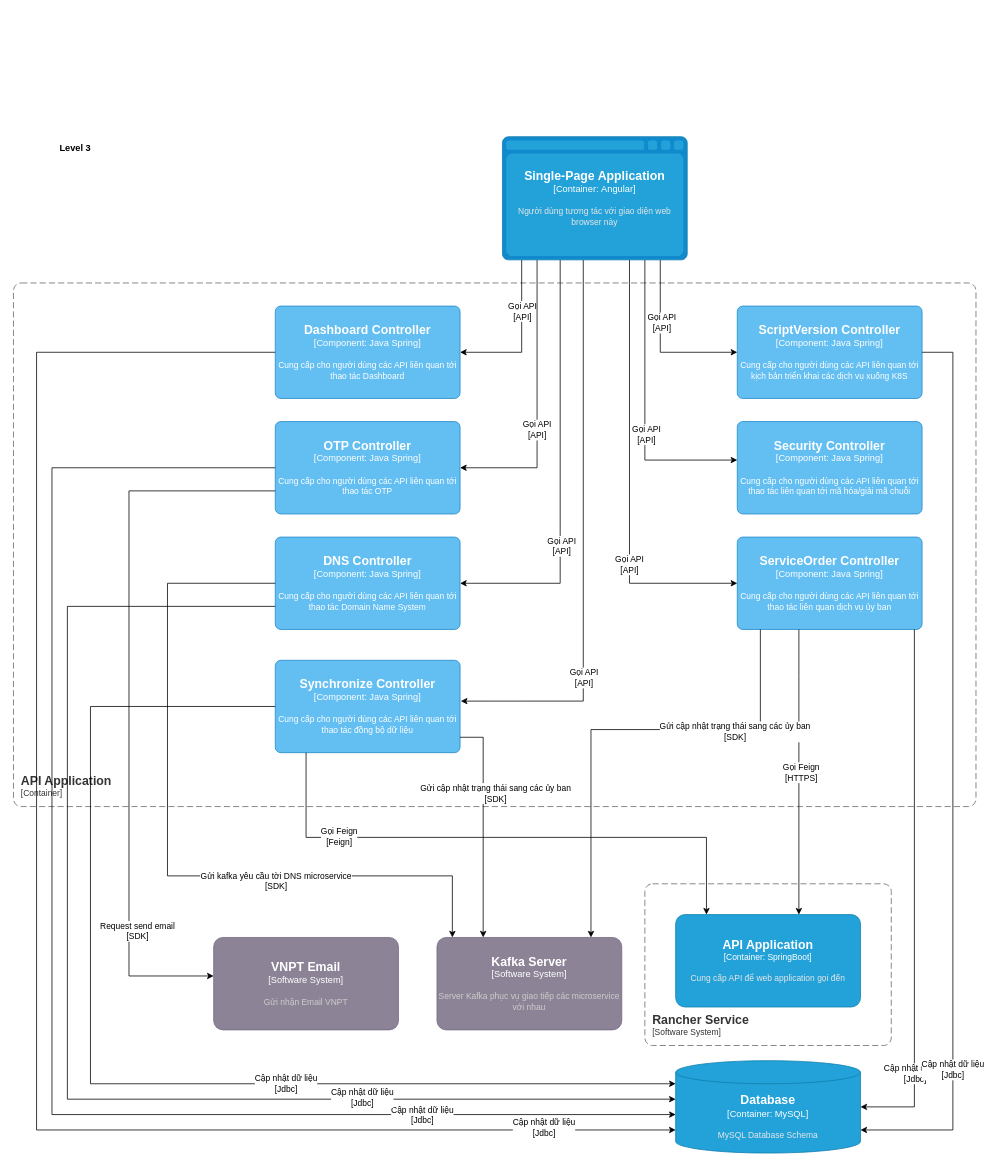
Above: IDG-Portal Lv3 ObjectStorage API Application.drawio in dangngocsoncntt/draw.io (draw.io), before the change. Source tidied: cells renumbered, new cells numbered last; positions are measured from the earlier drawing's top-left corner, leaving out a move shared by most shapes. Both pictures are drawn from the tidied source at 77%, with x=0, y=0 at pixel (13, 136).
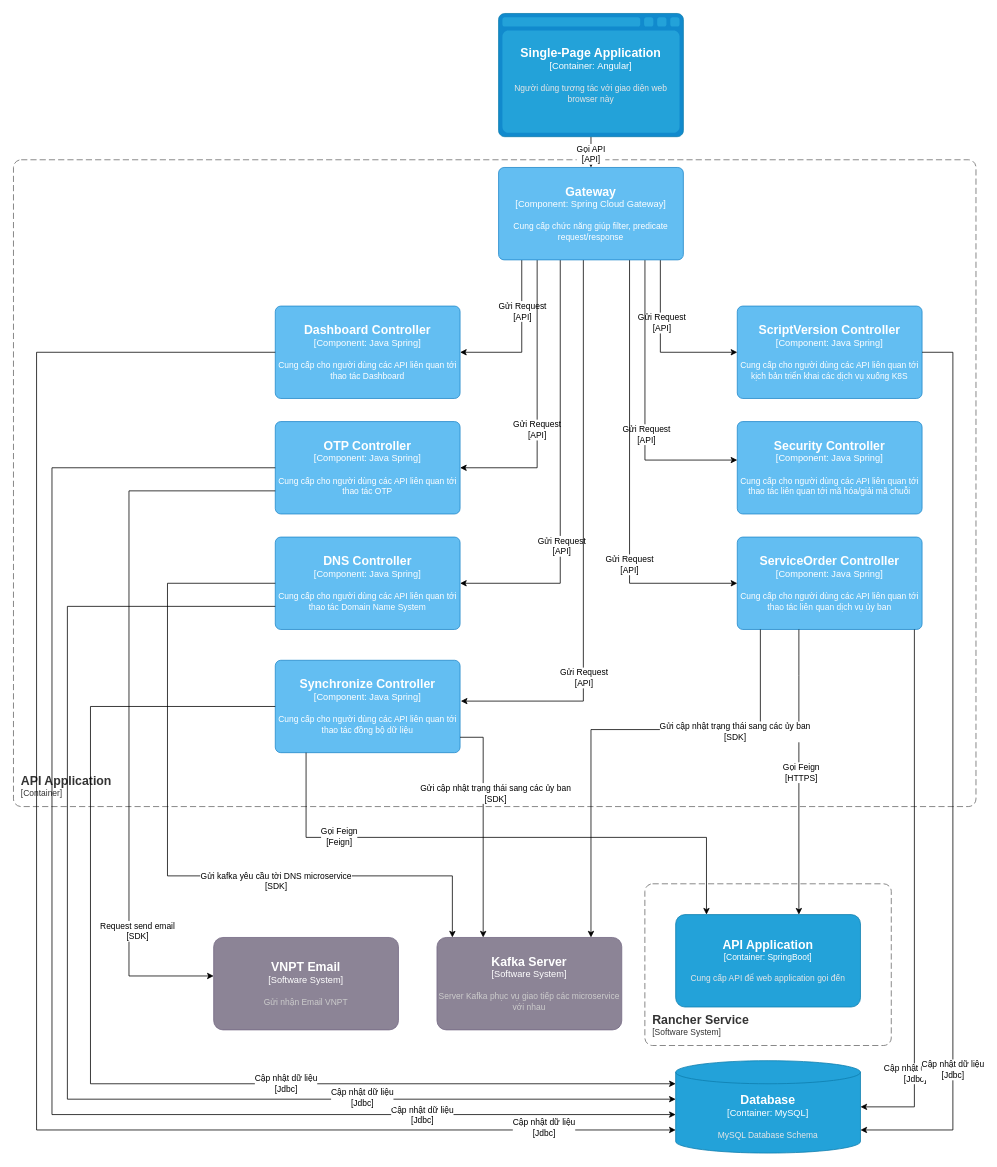
Above is the later version.

The change refers to these unchanged cells:
```xml
<object id="4" label="&lt;font style=&quot;font-size: 16px&quot;&gt;&lt;b&gt;%c4Name%&lt;/b&gt;&lt;/font&gt;&lt;div&gt;[%c4Type%: %c4Technology%]&lt;/div&gt;&lt;br&gt;&lt;div&gt;&lt;font style=&quot;font-size: 11px&quot;&gt;%c4Description%&lt;/font&gt;&lt;/div&gt;" c4Description="Cung cấp cho người dùng các API liên quan tới thao tác Dashboard" c4Name="Dashboard Controller" c4Technology="Java Spring" c4Type="Component" placeholders="1">
  <mxCell style="rounded=1;whiteSpace=wrap;html=1;labelBackgroundColor=none;fillColor=#63BEF2;fontColor=#ffffff;align=center;arcSize=6;strokeColor=#2086C9;points=[[0.25,0,0],[0.5,0,0],[0.75,0,0],[1,0.25,0],[1,0.5,0],[1,0.75,0],[0.75,1,0],[0.5,1,0],[0.25,1,0],[0,0.75,0],[0,0.5,0],[0,0.25,0]];" parent="1" vertex="1">
    <mxGeometry x="340" y="220" width="240" height="120" as="geometry" />
  </mxCell>
</object>
<object id="5" label="&lt;font style=&quot;font-size: 16px&quot;&gt;&lt;b&gt;%c4Name%&lt;/b&gt;&lt;/font&gt;&lt;div&gt;[%c4Type%: %c4Technology%]&lt;/div&gt;&lt;br&gt;&lt;div&gt;&lt;font style=&quot;font-size: 11px&quot;&gt;%c4Description%&lt;/font&gt;&lt;/div&gt;" c4Description="Cung cấp cho người dùng các API liên quan tới thao tác OTP" c4Name="OTP Controller" c4Technology="Java Spring" c4Type="Component" placeholders="1">
  <mxCell style="rounded=1;whiteSpace=wrap;html=1;labelBackgroundColor=none;fillColor=#63BEF2;fontColor=#ffffff;align=center;arcSize=6;strokeColor=#2086C9;points=[[0.25,0,0],[0.5,0,0],[0.75,0,0],[1,0.25,0],[1,0.5,0],[1,0.75,0],[0.75,1,0],[0.5,1,0],[0.25,1,0],[0,0.75,0],[0,0.5,0],[0,0.25,0]];" parent="1" vertex="1">
    <mxGeometry x="340" y="370" width="240" height="120" as="geometry" />
  </mxCell>
</object>
<object id="6" label="&lt;font style=&quot;font-size: 16px&quot;&gt;&lt;b&gt;%c4Name%&lt;/b&gt;&lt;/font&gt;&lt;div&gt;[%c4Type%: %c4Technology%]&lt;/div&gt;&lt;br&gt;&lt;div&gt;&lt;font style=&quot;font-size: 11px&quot;&gt;%c4Description%&lt;/font&gt;&lt;/div&gt;" c4Description="Cung cấp cho người dùng các API liên quan tới thao tác Domain Name System" c4Name="DNS Controller" c4Technology="Java Spring" c4Type="Component" placeholders="1">
  <mxCell style="rounded=1;whiteSpace=wrap;html=1;labelBackgroundColor=none;fillColor=#63BEF2;fontColor=#ffffff;align=center;arcSize=6;strokeColor=#2086C9;points=[[0.25,0,0],[0.5,0,0],[0.75,0,0],[1,0.25,0],[1,0.5,0],[1,0.75,0],[0.75,1,0],[0.5,1,0],[0.25,1,0],[0,0.75,0],[0,0.5,0],[0,0.25,0]];" parent="1" vertex="1">
    <mxGeometry x="340" y="520" width="240" height="120" as="geometry" />
  </mxCell>
</object>
<object id="7" label="&lt;font style=&quot;font-size: 16px&quot;&gt;&lt;b&gt;%c4Name%&lt;/b&gt;&lt;/font&gt;&lt;div&gt;[%c4Type%: %c4Technology%]&lt;/div&gt;&lt;br&gt;&lt;div&gt;&lt;font style=&quot;font-size: 11px&quot;&gt;%c4Description%&lt;/font&gt;&lt;/div&gt;" c4Description="Cung cấp cho người dùng các API liên quan tới thao tác đồng bộ dữ liệu" c4Name="Synchronize Controller" c4Technology="Java Spring" c4Type="Component" placeholders="1">
  <mxCell style="rounded=1;whiteSpace=wrap;html=1;labelBackgroundColor=none;fillColor=#63BEF2;fontColor=#ffffff;align=center;arcSize=6;strokeColor=#2086C9;points=[[0.25,0,0],[0.5,0,0],[0.75,0,0],[1,0.25,0],[1,0.5,0],[1,0.75,0],[0.75,1,0],[0.5,1,0],[0.25,1,0],[0,0.75,0],[0,0.5,0],[0,0.25,0]];" parent="1" vertex="1">
    <mxGeometry x="340" y="680" width="240" height="120" as="geometry" />
  </mxCell>
</object>
<object id="8" label="&lt;font style=&quot;font-size: 16px&quot;&gt;&lt;b&gt;%c4Name%&lt;/b&gt;&lt;/font&gt;&lt;div&gt;[%c4Type%: %c4Technology%]&lt;/div&gt;&lt;br&gt;&lt;div&gt;&lt;font style=&quot;font-size: 11px&quot;&gt;%c4Description%&lt;/font&gt;&lt;/div&gt;" c4Description="Cung cấp cho người dùng các API liên quan tới kịch bản triển khai các dịch vụ xuống K8S" c4Name="ScriptVersion Controller" c4Technology="Java Spring" c4Type="Component" placeholders="1">
  <mxCell style="rounded=1;whiteSpace=wrap;html=1;labelBackgroundColor=none;fillColor=#63BEF2;fontColor=#ffffff;align=center;arcSize=6;strokeColor=#2086C9;points=[[0.25,0,0],[0.5,0,0],[0.75,0,0],[1,0.25,0],[1,0.5,0],[1,0.75,0],[0.75,1,0],[0.5,1,0],[0.25,1,0],[0,0.75,0],[0,0.5,0],[0,0.25,0]];" parent="1" vertex="1">
    <mxGeometry x="940" y="220" width="240" height="120" as="geometry" />
  </mxCell>
</object>
<object id="9" label="&lt;font style=&quot;font-size: 16px&quot;&gt;&lt;b&gt;%c4Name%&lt;/b&gt;&lt;/font&gt;&lt;div&gt;[%c4Type%: %c4Technology%]&lt;/div&gt;&lt;br&gt;&lt;div&gt;&lt;font style=&quot;font-size: 11px&quot;&gt;%c4Description%&lt;/font&gt;&lt;/div&gt;" c4Description="Cung cấp cho người dùng các API liên quan tới thao tác liên quan tới mã hóa/giải mã chuỗi" c4Name="Security Controller" c4Technology="Java Spring" c4Type="Component" placeholders="1">
  <mxCell style="rounded=1;whiteSpace=wrap;html=1;labelBackgroundColor=none;fillColor=#63BEF2;fontColor=#ffffff;align=center;arcSize=6;strokeColor=#2086C9;points=[[0.25,0,0],[0.5,0,0],[0.75,0,0],[1,0.25,0],[1,0.5,0],[1,0.75,0],[0.75,1,0],[0.5,1,0],[0.25,1,0],[0,0.75,0],[0,0.5,0],[0,0.25,0]];" parent="1" vertex="1">
    <mxGeometry x="940" y="370" width="240" height="120" as="geometry" />
  </mxCell>
</object>
<object id="10" label="&lt;font style=&quot;font-size: 16px&quot;&gt;&lt;b&gt;%c4Name%&lt;/b&gt;&lt;/font&gt;&lt;div&gt;[%c4Type%: %c4Technology%]&lt;/div&gt;&lt;br&gt;&lt;div&gt;&lt;font style=&quot;font-size: 11px&quot;&gt;%c4Description%&lt;/font&gt;&lt;/div&gt;" c4Description="Cung cấp cho người dùng các API liên quan tới thao tác liên quan dịch vụ ủy ban" c4Name="ServiceOrder Controller" c4Technology="Java Spring" c4Type="Component" placeholders="1">
  <mxCell style="rounded=1;whiteSpace=wrap;html=1;labelBackgroundColor=none;fillColor=#63BEF2;fontColor=#ffffff;align=center;arcSize=6;strokeColor=#2086C9;points=[[0.25,0,0],[0.5,0,0],[0.75,0,0],[1,0.25,0],[1,0.5,0],[1,0.75,0],[0.75,1,0],[0.5,1,0],[0.25,1,0],[0,0.75,0],[0,0.5,0],[0,0.25,0]];" parent="1" vertex="1">
    <mxGeometry x="940" y="520" width="240" height="120" as="geometry" />
  </mxCell>
</object>
```

Diff of the diagram source:
```diff
@@
-    <mxCell id="2" value="Level 3" style="text;html=1;align=center;verticalAlign=middle;strokeColor=none;fillColor=none;fontStyle=1;" parent="1" vertex="1">
-      <mxGeometry x="50" width="60" height="30" as="geometry" />
-    </mxCell>
     <object id="3" label="&lt;font style=&quot;font-size: 16px&quot;&gt;&lt;b&gt;&lt;div style=&quot;text-align: left&quot;&gt;%c4Name%&lt;/div&gt;&lt;/b&gt;&lt;/font&gt;&lt;div style=&quot;text-align: left&quot;&gt;[%c4Application%]&lt;/div&gt;" c4Application="Container" c4Name="API Application" placeholders="1">
       <mxCell style="rounded=1;fontSize=11;whiteSpace=wrap;html=1;dashed=1;arcSize=20;fillColor=none;strokeColor=#666666;fontColor=#333333;labelBackgroundColor=none;align=left;verticalAlign=bottom;labelBorderColor=none;spacingTop=0;spacing=10;dashPattern=8 4;perimeter=rectanglePerimeter;noLabel=0;labelPadding=0;absoluteArcSize=1;" parent="1" vertex="1">
-        <mxGeometry y="190" width="1250" height="680" as="geometry" />
+        <mxGeometry y="30" width="1250" height="840" as="geometry" />
       </mxCell>
     </object>
@@
-    <mxCell id="11" style="edgeStyle=orthogonalEdgeStyle;rounded=0;jettySize=auto;html=1;" parent="1" edge="1" source="25" target="4">
+    <mxCell id="11" style="edgeStyle=orthogonalEdgeStyle;rounded=0;jettySize=auto;html=1;" parent="1" edge="1" target="4">
       <mxGeometry relative="1" as="geometry">
+        <mxPoint x="660.1" y="160" as="sourcePoint" />
         <Array as="points">
           <mxPoint x="660" y="280" />
         </Array>
       </mxGeometry>
     </mxCell>
-    <mxCell id="12" value="Gọi API&lt;br&gt;[API]" style="edgeLabel;html=1;align=center;verticalAlign=middle;" parent="11" vertex="1">
+    <mxCell id="12" value="Gửi Request&lt;br style=&quot;border-color: var(--border-color);&quot;&gt;[API]" style="edgeLabel;html=1;align=center;verticalAlign=middle;" parent="11" vertex="1">
       <mxGeometry x="-0.34" relative="1" as="geometry" />
     </mxCell>
-    <mxCell id="13" style="edgeStyle=orthogonalEdgeStyle;rounded=0;jettySize=auto;html=1;entryX=1;entryY=0.5;entryDx=0;entryDy=0;entryPerimeter=0;" parent="1" edge="1" source="25" target="5">
+    <mxCell id="13" style="edgeStyle=orthogonalEdgeStyle;rounded=0;jettySize=auto;html=1;entryX=1;entryY=0.5;entryDx=0;entryDy=0;entryPerimeter=0;" parent="1" edge="1" target="5">
       <mxGeometry relative="1" as="geometry">
+        <mxPoint x="680.1" y="160" as="sourcePoint" />
         <Array as="points">
           <mxPoint x="680" y="430" />
         </Array>
       </mxGeometry>
     </mxCell>
-    <mxCell id="14" value="Gọi API&lt;br style=&quot;border-color: var(--border-color);&quot;&gt;[API]" style="edgeLabel;html=1;align=center;verticalAlign=middle;" parent="13" vertex="1">
+    <mxCell id="14" value="Gửi Request&lt;br style=&quot;border-color: var(--border-color);&quot;&gt;[API]" style="edgeLabel;html=1;align=center;verticalAlign=middle;" parent="13" vertex="1">
       <mxGeometry x="0.19" y="-1" relative="1" as="geometry" />
     </mxCell>
-    <mxCell id="15" style="edgeStyle=orthogonalEdgeStyle;rounded=0;jettySize=auto;html=1;entryX=1;entryY=0.5;entryDx=0;entryDy=0;entryPerimeter=0;" parent="1" edge="1" source="25" target="6">
+    <mxCell id="15" style="edgeStyle=orthogonalEdgeStyle;rounded=0;jettySize=auto;html=1;entryX=1;entryY=0.5;entryDx=0;entryDy=0;entryPerimeter=0;" parent="1" edge="1" target="6">
       <mxGeometry relative="1" as="geometry">
+        <mxPoint x="710.1" y="160" as="sourcePoint" />
         <Array as="points">
           <mxPoint x="710" y="580" />
         </Array>
       </mxGeometry>
     </mxCell>
-    <mxCell id="16" value="Gọi API&lt;br style=&quot;border-color: var(--border-color);&quot;&gt;[API]" style="edgeLabel;html=1;align=center;verticalAlign=middle;" parent="15" vertex="1">
+    <mxCell id="16" value="Gửi Request&lt;br style=&quot;border-color: var(--border-color);&quot;&gt;[API]" style="edgeLabel;html=1;align=center;verticalAlign=middle;" parent="15" vertex="1">
       <mxGeometry x="0.35" y="1" relative="1" as="geometry" />
     </mxCell>
-    <mxCell id="17" style="edgeStyle=orthogonalEdgeStyle;rounded=0;jettySize=auto;html=1;entryX=1.004;entryY=0.442;entryDx=0;entryDy=0;entryPerimeter=0;" parent="1" edge="1" source="25" target="7">
+    <mxCell id="17" style="edgeStyle=orthogonalEdgeStyle;rounded=0;jettySize=auto;html=1;entryX=1.004;entryY=0.442;entryDx=0;entryDy=0;entryPerimeter=0;" parent="1" edge="1" target="7">
       <mxGeometry relative="1" as="geometry">
+        <mxPoint x="740.1" y="160" as="sourcePoint" />
         <Array as="points">
           <mxPoint x="740" y="733" />
         </Array>
       </mxGeometry>
     </mxCell>
-    <mxCell id="18" value="Gọi API&lt;br style=&quot;border-color: var(--border-color);&quot;&gt;[API]" style="edgeLabel;html=1;align=center;verticalAlign=middle;" parent="17" vertex="1">
+    <mxCell id="18" value="Gửi Request&lt;br style=&quot;border-color: var(--border-color);&quot;&gt;[API]" style="edgeLabel;html=1;align=center;verticalAlign=middle;" parent="17" vertex="1">
       <mxGeometry x="0.48" relative="1" as="geometry" />
     </mxCell>
-    <mxCell id="19" style="edgeStyle=orthogonalEdgeStyle;rounded=0;jettySize=auto;html=1;" parent="1" edge="1" source="25" target="8">
+    <mxCell id="19" style="edgeStyle=orthogonalEdgeStyle;rounded=0;jettySize=auto;html=1;" parent="1" edge="1" target="8">
       <mxGeometry relative="1" as="geometry">
+        <mxPoint x="840.1" y="160" as="sourcePoint" />
         <Array as="points">
           <mxPoint x="840" y="280" />
         </Array>
       </mxGeometry>
     </mxCell>
-    <mxCell id="20" value="Gọi API&lt;br style=&quot;border-color: var(--border-color);&quot;&gt;[API]" style="edgeLabel;html=1;align=center;verticalAlign=middle;" parent="19" vertex="1">
+    <mxCell id="20" value="Gửi Request&lt;br style=&quot;border-color: var(--border-color);&quot;&gt;[API]" style="edgeLabel;html=1;align=center;verticalAlign=middle;" parent="19" vertex="1">
       <mxGeometry x="-0.26" y="1" relative="1" as="geometry" />
     </mxCell>
-    <mxCell id="21" style="edgeStyle=orthogonalEdgeStyle;rounded=0;jettySize=auto;html=1;" parent="1" edge="1" source="25" target="9">
+    <mxCell id="21" style="edgeStyle=orthogonalEdgeStyle;rounded=0;jettySize=auto;html=1;" parent="1" edge="1" target="9">
       <mxGeometry relative="1" as="geometry">
+        <mxPoint x="820.1" y="160" as="sourcePoint" />
         <Array as="points">
           <mxPoint x="820" y="420" />
         </Array>
       </mxGeometry>
     </mxCell>
-    <mxCell id="22" value="Gọi API&lt;br style=&quot;border-color: var(--border-color);&quot;&gt;[API]" style="edgeLabel;html=1;align=center;verticalAlign=middle;" parent="21" vertex="1">
+    <mxCell id="22" value="Gửi Request&lt;br style=&quot;border-color: var(--border-color);&quot;&gt;[API]" style="edgeLabel;html=1;align=center;verticalAlign=middle;" parent="21" vertex="1">
       <mxGeometry x="0.19" y="1" relative="1" as="geometry" />
     </mxCell>
-    <mxCell id="23" style="edgeStyle=orthogonalEdgeStyle;rounded=0;jettySize=auto;html=1;entryX=0;entryY=0.5;entryDx=0;entryDy=0;entryPerimeter=0;" parent="1" edge="1" source="25" target="10">
+    <mxCell id="23" style="edgeStyle=orthogonalEdgeStyle;rounded=0;jettySize=auto;html=1;entryX=0;entryY=0.5;entryDx=0;entryDy=0;entryPerimeter=0;" parent="1" edge="1" target="10">
       <mxGeometry relative="1" as="geometry">
+        <mxPoint x="800.1" y="160" as="sourcePoint" />
         <Array as="points">
           <mxPoint x="800" y="580" />
         </Array>
       </mxGeometry>
     </mxCell>
-    <mxCell id="24" value="Gọi API&lt;br style=&quot;border-color: var(--border-color);&quot;&gt;[API]" style="edgeLabel;html=1;align=center;verticalAlign=middle;" parent="23" vertex="1">
+    <mxCell id="24" value="Gửi Request&lt;br style=&quot;border-color: var(--border-color);&quot;&gt;[API]" style="edgeLabel;html=1;align=center;verticalAlign=middle;" parent="23" vertex="1">
       <mxGeometry x="0.41" y="-1" relative="1" as="geometry" />
     </mxCell>
-    <object id="25" label="&lt;font style=&quot;font-size: 16px&quot;&gt;&lt;b&gt;%c4Type%&lt;/b&gt;&lt;/font&gt;&lt;div&gt;[%c4Container%:&amp;nbsp;%c4Technology%]&lt;/div&gt;&lt;br&gt;&lt;div&gt;&lt;font style=&quot;font-size: 11px&quot;&gt;&lt;font color=&quot;#E6E6E6&quot;&gt;%c4Description%&lt;/font&gt;&lt;/div&gt;" c4Container="Container" c4Description="Người dùng tương tác với giao diện web browser này" c4Technology="Angular" c4Type="Single-Page Application" placeholders="1">
-      <mxCell style="shape=mxgraph.c4.webBrowserContainer2;whiteSpace=wrap;html=1;boundedLbl=1;rounded=0;labelBackgroundColor=none;strokeColor=#118ACD;fillColor=#23A2D9;strokeColor=#118ACD;strokeColor2=#0E7DAD;fontSize=12;fontColor=#ffffff;align=center;points=[[0.5,0,0],[1,0.25,0],[1,0.5,0],[1,0.75,0],[0.5,1,0],[0,0.75,0],[0,0.5,0],[0,0.25,0]];" parent="1" vertex="1">
-        <mxGeometry x="635" width="240" height="160" as="geometry" />
-      </mxCell>
-    </object>
@@
+    <mxCell id="55" style="edgeStyle=orthogonalEdgeStyle;rounded=0;jettySize=auto;html=1;" parent="1" edge="1" source="25" target="57">
+      <mxGeometry relative="1" as="geometry" />
+    </mxCell>
+    <mxCell id="56" value="Gọi API&lt;br&gt;[API]" style="edgeLabel;html=1;align=center;verticalAlign=middle;" parent="55" vertex="1">
+      <mxGeometry x="0.12" y="-1" relative="1" as="geometry" />
+    </mxCell>
+    <object id="25" label="&lt;font style=&quot;font-size: 16px&quot;&gt;&lt;b&gt;%c4Type%&lt;/b&gt;&lt;/font&gt;&lt;div&gt;[%c4Container%:&amp;nbsp;%c4Technology%]&lt;/div&gt;&lt;br&gt;&lt;div&gt;&lt;font style=&quot;font-size: 11px&quot;&gt;&lt;font color=&quot;#E6E6E6&quot;&gt;%c4Description%&lt;/font&gt;&lt;/div&gt;" c4Container="Container" c4Description="Người dùng tương tác với giao diện web browser này" c4Technology="Angular" c4Type="Single-Page Application" placeholders="1">
+      <mxCell style="shape=mxgraph.c4.webBrowserContainer2;whiteSpace=wrap;html=1;boundedLbl=1;rounded=0;labelBackgroundColor=none;strokeColor=#118ACD;fillColor=#23A2D9;strokeColor=#118ACD;strokeColor2=#0E7DAD;fontSize=12;fontColor=#ffffff;align=center;points=[[0.5,0,0],[1,0.25,0],[1,0.5,0],[1,0.75,0],[0.5,1,0],[0,0.75,0],[0,0.5,0],[0,0.25,0]];" parent="1" vertex="1">
+        <mxGeometry x="630" y="-160" width="240" height="160" as="geometry" />
+      </mxCell>
+    </object>
+    <object id="57" label="&lt;font style=&quot;font-size: 16px&quot;&gt;&lt;b&gt;%c4Name%&lt;/b&gt;&lt;/font&gt;&lt;div&gt;[%c4Type%: %c4Technology%]&lt;/div&gt;&lt;br&gt;&lt;div&gt;&lt;font style=&quot;font-size: 11px&quot;&gt;%c4Description%&lt;/font&gt;&lt;/div&gt;" c4Description="Cung cấp chức năng giúp filter, predicate request/response" c4Name="Gateway" c4Technology="Spring Cloud Gateway" c4Type="Component" placeholders="1">
+      <mxCell style="rounded=1;whiteSpace=wrap;html=1;labelBackgroundColor=none;fillColor=#63BEF2;fontColor=#ffffff;align=center;arcSize=6;strokeColor=#2086C9;points=[[0.25,0,0],[0.5,0,0],[0.75,0,0],[1,0.25,0],[1,0.5,0],[1,0.75,0],[0.75,1,0],[0.5,1,0],[0.25,1,0],[0,0.75,0],[0,0.5,0],[0,0.25,0]];" parent="1" vertex="1">
+        <mxGeometry x="630" y="40" width="240" height="120" as="geometry" />
+      </mxCell>
+    </object>
```
